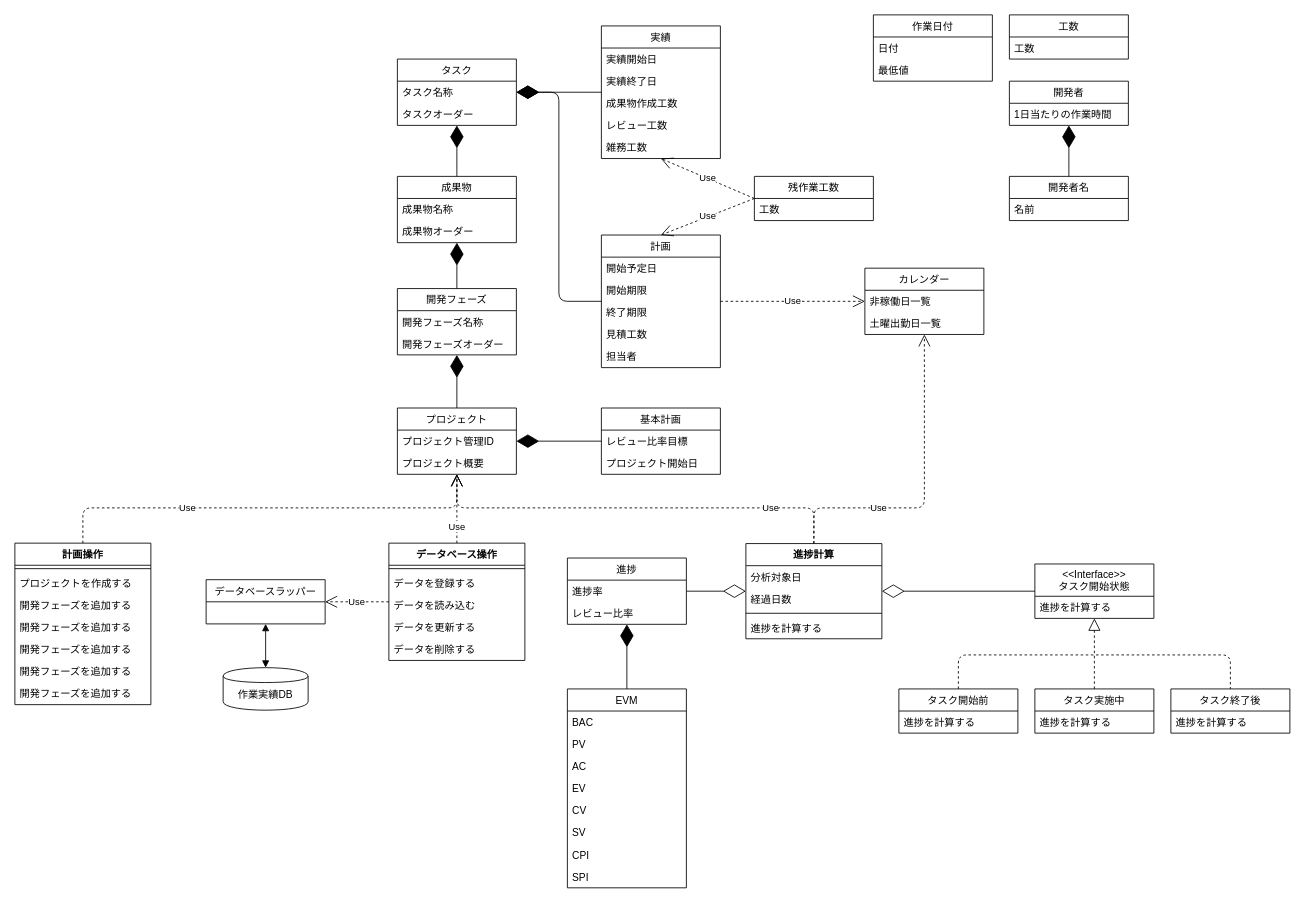
narusekaoru/WorkPerformanceRecord keeps this draw.io diagram as Doc/SDD/WPR_クラス図.drawio. Above is the earlier version. Source tidied: cells renumbered, new cells numbered last; positions are measured from the earlier drawing's top-left corner, leaving out a move shared by most shapes. Both pictures are drawn from the tidied source at 85%, with x=0, y=0 at pixel (14, 14).
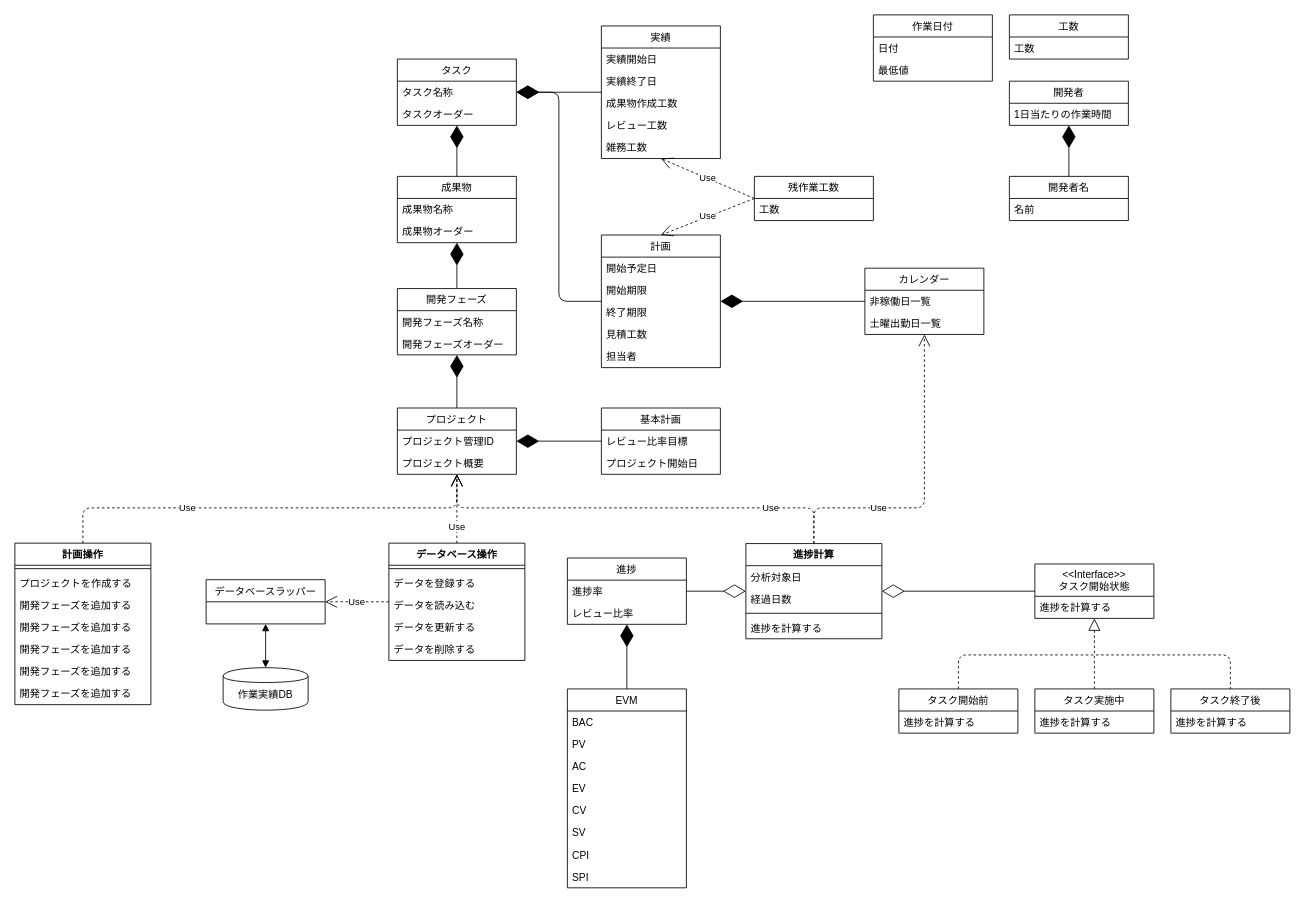
The same page after the edit.

Commit message:
WPR_クラス図.drawio を更新します

Unchanged cells that the change refers to:
```xml
<mxCell id="14" value="計画" style="swimlane;fontStyle=0;horizontal=1;startSize=26;fillColor=none;" parent="1" vertex="1">
  <mxGeometry x="690" y="259" width="140" height="156" as="geometry" />
</mxCell>
<mxCell id="38" value="カレンダー" style="swimlane;fontStyle=0;horizontal=1;startSize=26;fillColor=none;" parent="1" vertex="1">
  <mxGeometry x="1000" y="298" width="140" height="78" as="geometry" />
</mxCell>
```

What changed in the source:
```diff
@@
-    <mxCell id="52" value="Use" style="endArrow=open;endSize=12;dashed=1;html=1;entryX=0;entryY=0.5;entryDx=0;entryDy=0;exitX=1;exitY=0.5;exitDx=0;exitDy=0;" parent="1" edge="1" source="14" target="38">
-      <mxGeometry relative="1" as="geometry" />
-    </mxCell>
@@
+    <mxCell id="108" style="endArrow=diamondThin;endFill=1;endSize=24;html=1;exitX=0;exitY=0.5;exitDx=0;exitDy=0;entryX=1;entryY=0.5;entryDx=0;entryDy=0;" parent="1" edge="1" source="38" target="14">
+      <mxGeometry relative="1" as="geometry" />
+    </mxCell>
```
